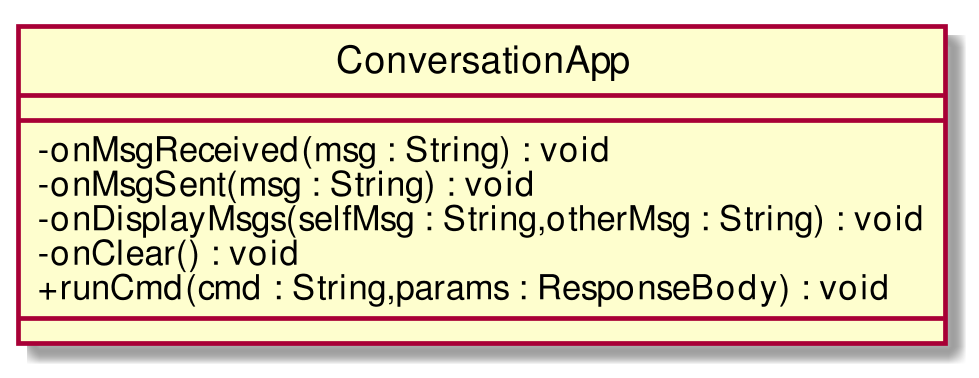
CoCodeSWE/Docs keeps this PlantUML diagram as RP/Esterni/DefinizioneDiProdotto/images/ClassConversationApp.png. Above is the earlier version. Its diagram source:
```plantuml
@startuml
scale 1000*1000
skinparam classAttributeIconSize 0
class ConversationApp{
__
- onMsgReceived(msg : String) : void
- onMsgSent(msg : String) : void
- onDisplayMsgs(selfMsg : String,otherMsg : String) : void
- onClear() : void
+ runCmd(cmd : String,params : ResponseBody) : void
__

}
hide circle
@enduml
```
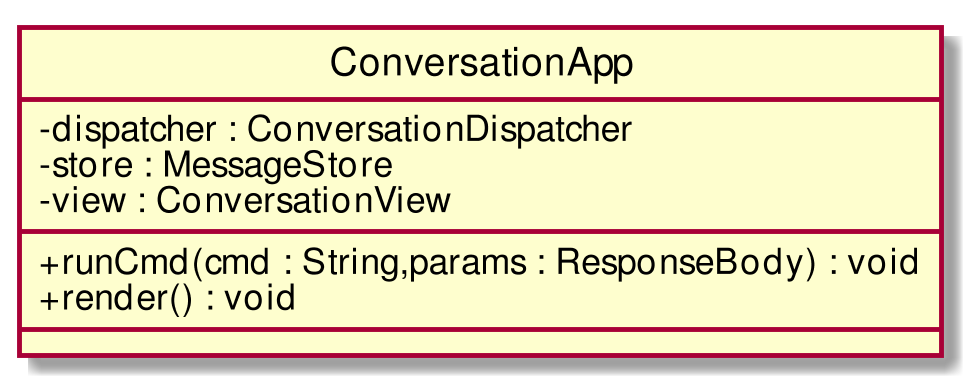
The same file after the commit.

The edit, as a diff of the source:
```diff
@@ -2,12 +2,12 @@
 scale 1000*1000
 skinparam classAttributeIconSize 0
 class ConversationApp{
+- dispatcher : ConversationDispatcher
+- store : MessageStore
+- view : ConversationView
 __
-- onMsgReceived(msg : String) : void
-- onMsgSent(msg : String) : void
-- onDisplayMsgs(selfMsg : String,otherMsg : String) : void
-- onClear() : void
 + runCmd(cmd : String,params : ResponseBody) : void
++ render() : void
 __
 
 }
```
